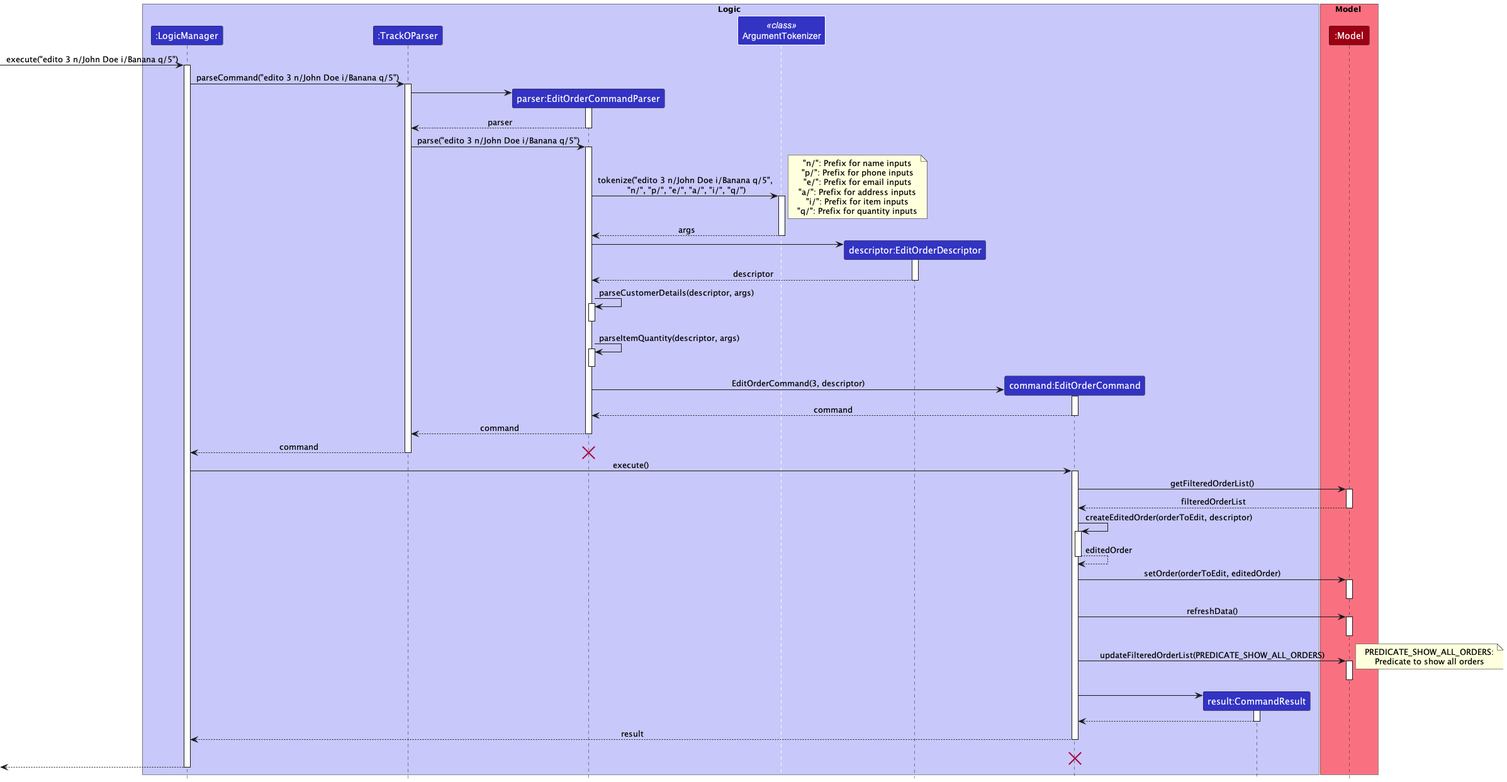
Above: docs/images/EditOrderSequenceDiagram.png in nus-cs2103-AY2223S1/tp (PlantUML), before the change.
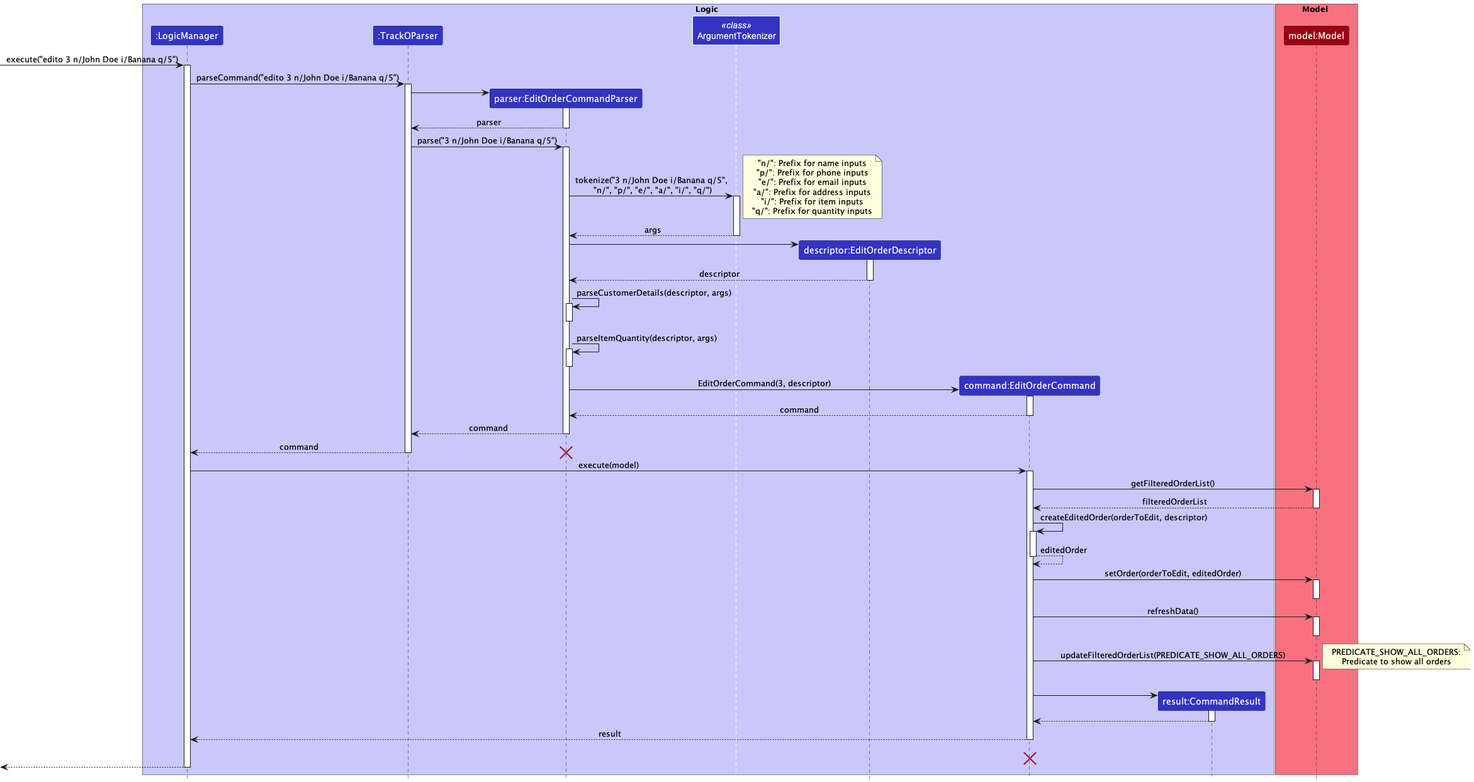
After the change.

Commit message:
Make fixes to the diagram

Change to the diagram source:
```diff
@@ -12,7 +12,7 @@
 end box
 
 box Model MODEL_COLOR_T1
-participant ":Model" as Model MODEL_COLOR
+participant "model:Model" as Model MODEL_COLOR
 
 end box
 [-> LogicManager : execute("edito 3 n/John Doe i/Banana q/5")
@@ -28,10 +28,10 @@
 EditOrderCommandParser --> TrackOParser : parser
 deactivate EditOrderCommandParser
 
-TrackOParser -> EditOrderCommandParser : parse("edito 3 n/John Doe i/Banana q/5")
+TrackOParser -> EditOrderCommandParser : parse("3 n/John Doe i/Banana q/5")
 activate EditOrderCommandParser
 
-EditOrderCommandParser -> "ArgumentTokenizer" : tokenize("edito 3 n/John Doe i/Banana q/5",\n "n/", "p/", "e/", "a/", "i/", "q/")
+EditOrderCommandParser -> "ArgumentTokenizer" : tokenize("3 n/John Doe i/Banana q/5",\n "n/", "p/", "e/", "a/", "i/", "q/")
 activate "ArgumentTokenizer"
 
 note right
@@ -79,7 +79,7 @@
 
 destroy EditOrderCommandParser
 
-LogicManager -> EditOrderCommand : execute()
+LogicManager -> EditOrderCommand : execute(model)
 activate EditOrderCommand
 
 EditOrderCommand -> Model : getFilteredOrderList()
```
